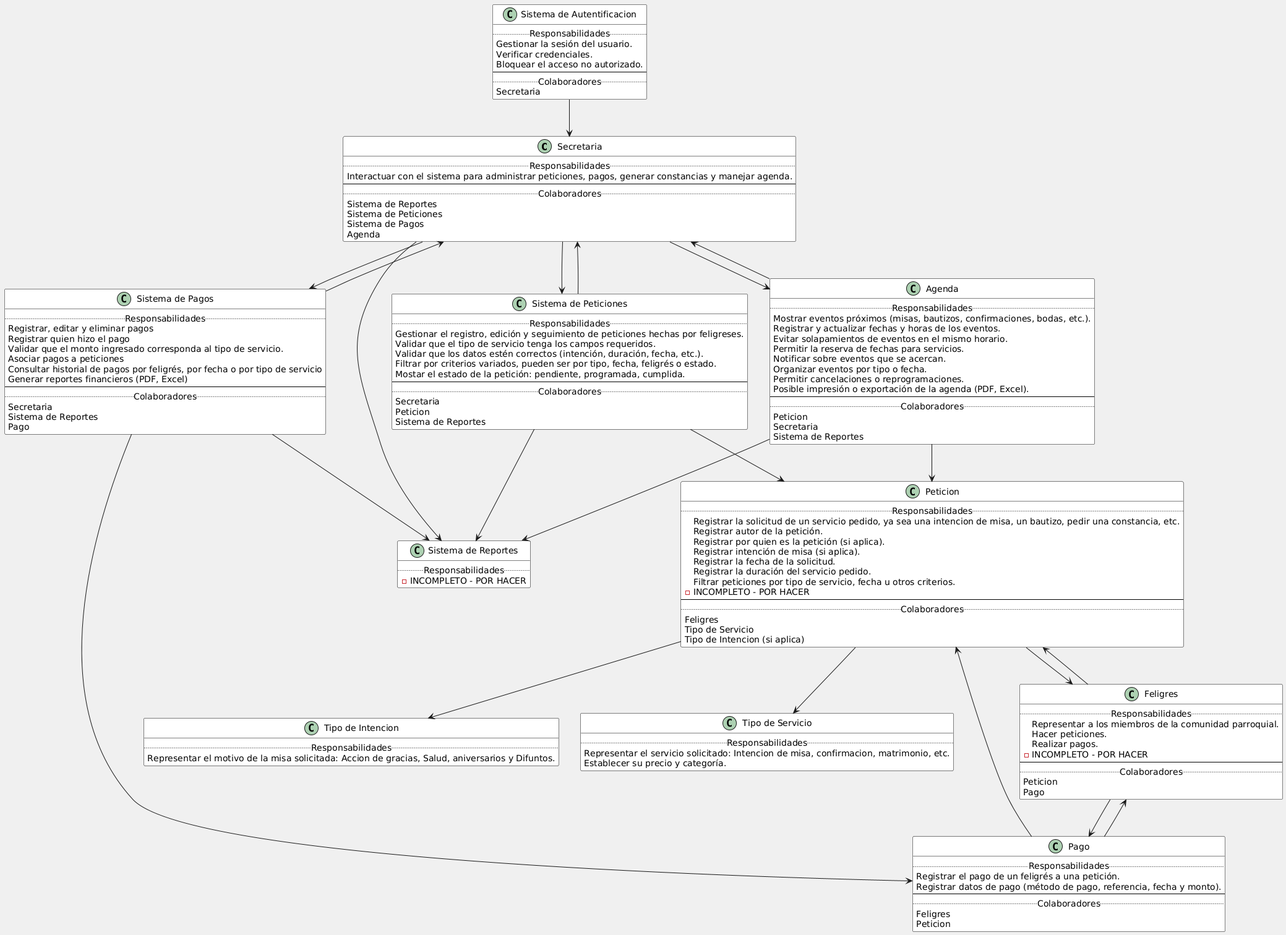
Earlier version of the PlantUML export Documentacion/tarjetas CRC.png (EGA-SUPREMO/Sistema-de-Gestion-Parroquial).
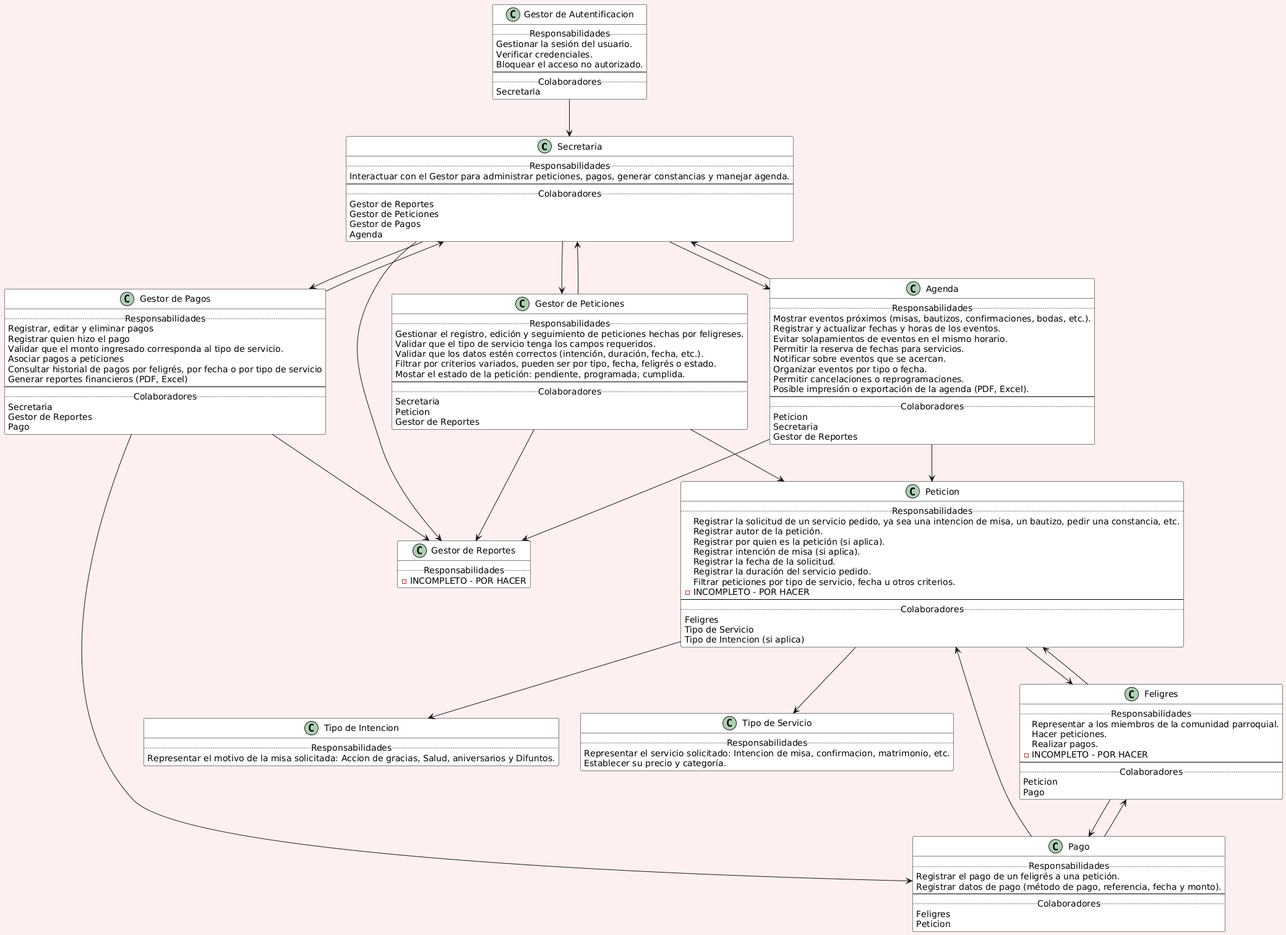
After the commit.

The edit, as a diff of the source:
```diff
@@ -5,16 +5,16 @@
   RoundCorner 15
 }
 
-skinparam backgroundColor #F0F0F0
+skinparam backgroundColor #FFF0F0
 
 class Secretaria {
   .. Responsabilidades ..
-  Interactuar con el sistema para administrar peticiones, pagos, generar constancias y manejar agenda.
+  Interactuar con el Gestor para administrar peticiones, pagos, generar constancias y manejar agenda.
   --
   .. Colaboradores ..
-  Sistema de Reportes
-  Sistema de Peticiones
-  Sistema de Pagos
+  Gestor de Reportes
+  Gestor de Peticiones
+  Gestor de Pagos
   Agenda
 }
 
@@ -30,7 +30,7 @@
   Pago
 }
 
-class "Sistema de Peticiones" {
+class "Gestor de Peticiones" {
   .. Responsabilidades ..
   Gestionar el registro, edición y seguimiento de peticiones hechas por feligreses.
   Validar que el tipo de servicio tenga los campos requeridos.
@@ -41,7 +41,7 @@
   .. Colaboradores ..
   Secretaria
   Peticion
-  Sistema de Reportes
+  Gestor de Reportes
 }
 
 class Peticion {
@@ -86,10 +86,10 @@
   .. Colaboradores ..
   Peticion
   Secretaria
-  Sistema de Reportes
+  Gestor de Reportes
 }
 
-class "Sistema de Pagos" {
+class "Gestor de Pagos" {
   .. Responsabilidades ..
   Registrar, editar y eliminar pagos
   Registrar quien hizo el pago
@@ -100,7 +100,7 @@
   --
   .. Colaboradores ..
   Secretaria
-  Sistema de Reportes
+  Gestor de Reportes
   Pago
 }
 
@@ -114,7 +114,7 @@
   Peticion
 }
 
-class "Sistema de Autentificacion" {
+class "Gestor de Autentificacion" {
   .. Responsabilidades ..
   Gestionar la sesión del usuario.
   Verificar credenciales.
@@ -124,23 +124,23 @@
   Secretaria
 }
 
-class "Sistema de Reportes" {
+class "Gestor de Reportes" {
   .. Responsabilidades ..
   - INCOMPLETO - POR HACER
 }
 
 
-Secretaria --> "Sistema de Reportes"
-Secretaria --> "Sistema de Peticiones"
-Secretaria --> "Sistema de Pagos"
+Secretaria --> "Gestor de Reportes"
+Secretaria --> "Gestor de Peticiones"
+Secretaria --> "Gestor de Pagos"
 Secretaria --> Agenda
 
 Feligres --> Peticion
 Feligres --> Pago
 
-"Sistema de Peticiones" --> Secretaria
-"Sistema de Peticiones" --> Peticion
-"Sistema de Peticiones" --> "Sistema de Reportes"
+"Gestor de Peticiones" --> Secretaria
+"Gestor de Peticiones" --> Peticion
+"Gestor de Peticiones" --> "Gestor de Reportes"
 
 Peticion --> Feligres
 Peticion --> "Tipo de Servicio"
@@ -148,14 +148,14 @@
 
 Agenda --> Peticion
 Agenda --> Secretaria
-Agenda --> "Sistema de Reportes"
+Agenda --> "Gestor de Reportes"
 
-"Sistema de Pagos" --> Pago
-"Sistema de Pagos" --> "Sistema de Reportes"
-"Sistema de Pagos" --> Secretaria
+"Gestor de Pagos" --> Pago
+"Gestor de Pagos" --> "Gestor de Reportes"
+"Gestor de Pagos" --> Secretaria
 
 Pago --> Feligres
 Pago --> Peticion
 
-"Sistema de Autentificacion" --> Secretaria
+"Gestor de Autentificacion" --> Secretaria
 @enduml
```
